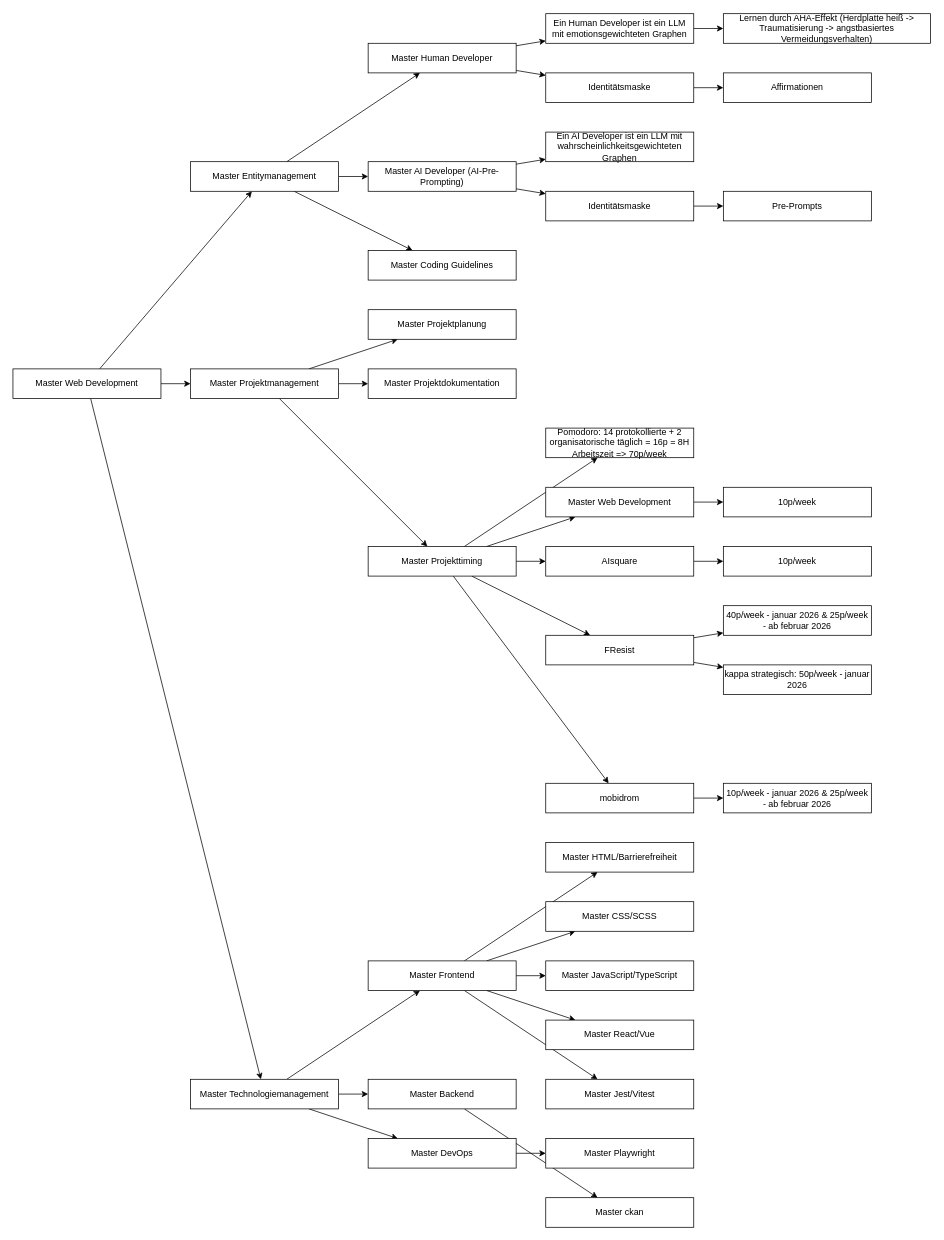
The draw.io diagram master_web_development.drawio in kephalosk/drawio-diagrams, before the edit. Source tidied: cells renumbered, new cells numbered last; positions are measured from the earlier drawing's top-left corner, leaving out a move shared by most shapes. Both pictures are drawn from the tidied source at 74%, with x=0, y=0 at pixel (13, 13).
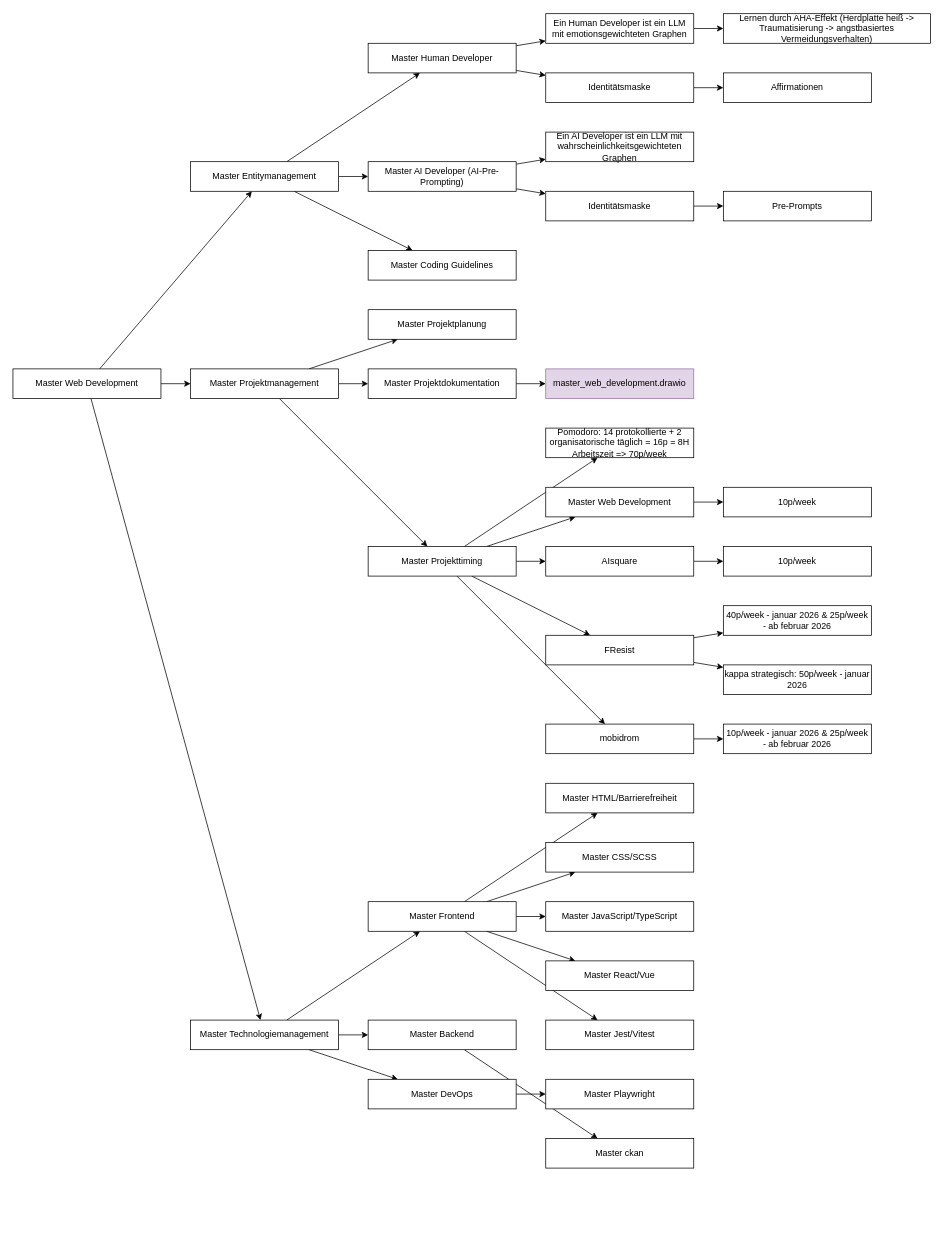
The same diagram, later.

The change refers to these unchanged cells:
```xml
<mxCell id="41" value="Master Projektdokumentation" style="rounded=0;whiteSpace=wrap;html=1;" parent="1" vertex="1">
  <mxGeometry x="480" y="480" width="200" height="40" as="geometry" />
</mxCell>
```

Change to the diagram source:
```diff
@@
     <mxCell id="31" value="Master Technologiemanagement" style="rounded=0;whiteSpace=wrap;html=1;" parent="1" vertex="1">
-      <mxGeometry x="240" y="1440" width="200" height="40" as="geometry" />
+      <mxGeometry x="240" y="1360" width="200" height="40" as="geometry" />
     </mxCell>
@@
+    <mxCell id="75" style="edgeStyle=none;rounded=0;jettySize=auto;html=1;" parent="1" edge="1" source="41" target="76">
+      <mxGeometry relative="1" as="geometry" />
+    </mxCell>
@@
     <mxCell id="48" value="Master Frontend" style="rounded=0;whiteSpace=wrap;html=1;" parent="1" vertex="1">
-      <mxGeometry x="480" y="1280" width="200" height="40" as="geometry" />
+      <mxGeometry x="480" y="1200" width="200" height="40" as="geometry" />
     </mxCell>
@@
     <mxCell id="50" value="Master Backend" style="rounded=0;whiteSpace=wrap;html=1;" parent="1" vertex="1">
-      <mxGeometry x="480" y="1440" width="200" height="40" as="geometry" />
+      <mxGeometry x="480" y="1360" width="200" height="40" as="geometry" />
     </mxCell>
@@
     <mxCell id="52" value="Master DevOps" style="rounded=0;whiteSpace=wrap;html=1;" parent="1" vertex="1">
-      <mxGeometry x="480" y="1520" width="200" height="40" as="geometry" />
+      <mxGeometry x="480" y="1440" width="200" height="40" as="geometry" />
     </mxCell>
     <mxCell id="53" value="Master JavaScript/TypeScript" style="rounded=0;whiteSpace=wrap;html=1;" parent="1" vertex="1">
-      <mxGeometry x="720" y="1280" width="200" height="40" as="geometry" />
+      <mxGeometry x="720" y="1200" width="200" height="40" as="geometry" />
     </mxCell>
     <mxCell id="54" value="Master CSS/SCSS" style="rounded=0;whiteSpace=wrap;html=1;" parent="1" vertex="1">
-      <mxGeometry x="720" y="1200" width="200" height="40" as="geometry" />
+      <mxGeometry x="720" y="1120" width="200" height="40" as="geometry" />
     </mxCell>
     <mxCell id="55" value="Master HTML/Barrierefreiheit" style="rounded=0;whiteSpace=wrap;html=1;" parent="1" vertex="1">
-      <mxGeometry x="720" y="1120" width="200" height="40" as="geometry" />
+      <mxGeometry x="720" y="1040" width="200" height="40" as="geometry" />
     </mxCell>
     <mxCell id="56" value="Master React/Vue" style="rounded=0;whiteSpace=wrap;html=1;" parent="1" vertex="1">
-      <mxGeometry x="720" y="1360" width="200" height="40" as="geometry" />
+      <mxGeometry x="720" y="1280" width="200" height="40" as="geometry" />
     </mxCell>
     <mxCell id="57" value="Master Jest/Vitest" style="rounded=0;whiteSpace=wrap;html=1;" parent="1" vertex="1">
-      <mxGeometry x="720" y="1440" width="200" height="40" as="geometry" />
+      <mxGeometry x="720" y="1360" width="200" height="40" as="geometry" />
     </mxCell>
     <mxCell id="58" value="Master Playwright" style="rounded=0;whiteSpace=wrap;html=1;" parent="1" vertex="1">
-      <mxGeometry x="720" y="1520" width="200" height="40" as="geometry" />
+      <mxGeometry x="720" y="1440" width="200" height="40" as="geometry" />
     </mxCell>
     <mxCell id="59" value="Master ckan" style="rounded=0;whiteSpace=wrap;html=1;" parent="1" vertex="1">
-      <mxGeometry x="720" y="1600" width="200" height="40" as="geometry" />
+      <mxGeometry x="720" y="1520" width="200" height="40" as="geometry" />
     </mxCell>
@@
     <mxCell id="69" value="mobidrom" style="rounded=0;whiteSpace=wrap;html=1;" parent="1" vertex="1">
-      <mxGeometry x="720" y="1040" width="200" height="40" as="geometry" />
+      <mxGeometry x="720" y="960" width="200" height="40" as="geometry" />
     </mxCell>
@@
     <mxCell id="73" value="10p/week - januar 2026&amp;nbsp;&amp;amp; 25p/week - ab februar 2026" style="rounded=0;whiteSpace=wrap;html=1;" parent="1" vertex="1">
-      <mxGeometry x="960" y="1040" width="200" height="40" as="geometry" />
+      <mxGeometry x="960" y="960" width="200" height="40" as="geometry" />
     </mxCell>
@@
+    <mxCell id="76" value="master_web_development.drawio" style="rounded=0;whiteSpace=wrap;html=1;fillColor=#e1d5e7;strokeColor=#9673a6;" parent="1" vertex="1">
+      <mxGeometry x="720" y="480" width="200" height="40" as="geometry" />
+    </mxCell>
```
